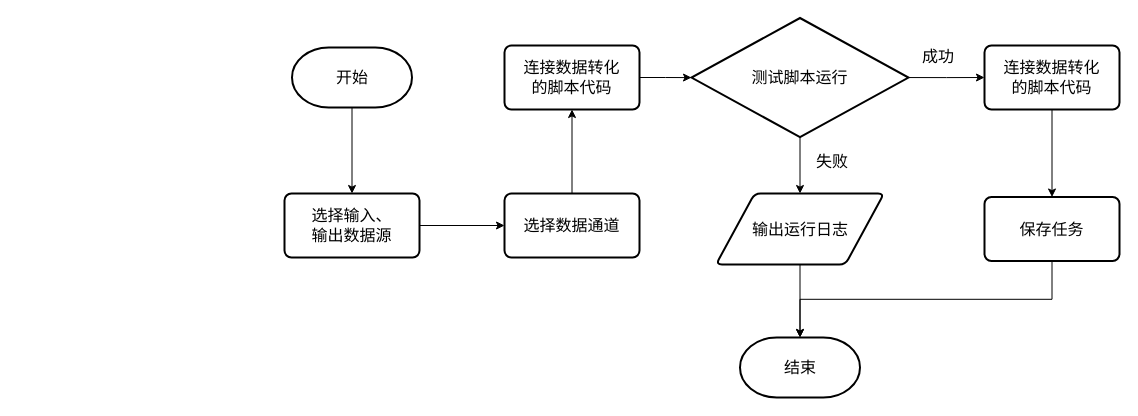
nianqingdeguowang/python keeps this draw.io diagram as 任务配置.drawio. Above is the earlier version. Source tidied: cells renumbered, new cells numbered last; positions are measured from the earlier drawing's top-left corner, leaving out a move shared by most shapes. Both pictures are drawn from the tidied source at 100%, with x=0, y=0 at pixel (284, 17).
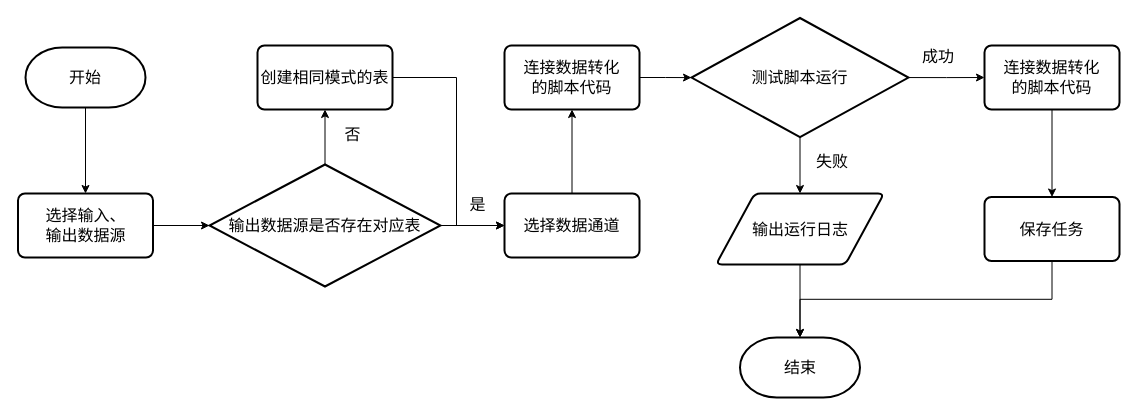
The same page after the edit.

Commit message (it also covers changes not shown here):
更新任务配置.drawio

The change refers to these unchanged cells:
```xml
<mxCell id="20" value="&lt;span style=&quot;font-size: 16px;&quot;&gt;选择数据通道&lt;/span&gt;" style="rounded=1;whiteSpace=wrap;html=1;absoluteArcSize=1;arcSize=14;strokeWidth=2;" parent="1" vertex="1">
  <mxGeometry x="220" y="176" width="135" height="64" as="geometry" />
</mxCell>
```

The edit, as a diff of the source:
```diff
@@
     <mxCell id="3" value="&lt;font style=&quot;font-size: 16px;&quot;&gt;开始&lt;/font&gt;" style="strokeWidth=2;html=1;shape=mxgraph.flowchart.terminator;whiteSpace=wrap;" parent="1" vertex="1">
-      <mxGeometry x="7.5" y="30" width="120" height="60" as="geometry" />
+      <mxGeometry x="-259" y="30" width="120" height="60" as="geometry" />
     </mxCell>
@@
-    <mxCell id="8" style="edgeStyle=orthogonalEdgeStyle;rounded=0;jettySize=auto;html=1;exitX=1;exitY=0.5;exitDx=0;exitDy=0;entryX=0;entryY=0.5;entryDx=0;entryDy=0;" parent="1" edge="1" source="9" target="20">
-      <mxGeometry relative="1" as="geometry" />
-    </mxCell>
-    <mxCell id="9" value="&lt;font style=&quot;font-size: 16px;&quot;&gt;选择输入、&lt;br&gt;输出数据源&lt;/font&gt;" style="rounded=1;whiteSpace=wrap;html=1;absoluteArcSize=1;arcSize=14;strokeWidth=2;" parent="1" vertex="1">
-      <mxGeometry y="176" width="135" height="64" as="geometry" />
-    </mxCell>
@@
+    <mxCell id="22" style="edgeStyle=orthogonalEdgeStyle;rounded=0;jettySize=auto;html=1;exitX=1;exitY=0.5;exitDx=0;exitDy=0;" parent="1" edge="1" source="9" target="26">
+      <mxGeometry relative="1" as="geometry" />
+    </mxCell>
+    <mxCell id="9" value="&lt;font style=&quot;font-size: 16px;&quot;&gt;选择输入、&lt;br&gt;输出数据源&lt;/font&gt;" style="rounded=1;whiteSpace=wrap;html=1;absoluteArcSize=1;arcSize=14;strokeWidth=2;" parent="1" vertex="1">
+      <mxGeometry x="-266.5" y="176" width="135" height="64" as="geometry" />
+    </mxCell>
+    <mxCell id="23" style="edgeStyle=orthogonalEdgeStyle;rounded=0;jettySize=auto;html=1;exitX=1;exitY=0.5;exitDx=0;exitDy=0;exitPerimeter=0;entryX=0;entryY=0.5;entryDx=0;entryDy=0;" parent="1" edge="1" source="26" target="20">
+      <mxGeometry relative="1" as="geometry" />
+    </mxCell>
+    <mxCell id="24" value="&lt;font style=&quot;font-size: 16px;&quot;&gt;是&lt;/font&gt;" style="edgeLabel;html=1;align=center;verticalAlign=middle;" parent="23" vertex="1">
+      <mxGeometry x="0.01" y="1" relative="1" as="geometry">
+        <mxPoint x="4" y="-21" as="offset" />
+      </mxGeometry>
+    </mxCell>
+    <mxCell id="25" style="edgeStyle=orthogonalEdgeStyle;rounded=0;jettySize=auto;html=1;exitX=0.5;exitY=0;exitDx=0;exitDy=0;exitPerimeter=0;" parent="1" edge="1" source="26" target="28">
+      <mxGeometry relative="1" as="geometry" />
+    </mxCell>
+    <mxCell id="26" value="&lt;font style=&quot;font-size: 16px;&quot;&gt;输出数据源是否存在对应表&lt;/font&gt;" style="strokeWidth=2;html=1;shape=mxgraph.flowchart.decision;whiteSpace=wrap;" parent="1" vertex="1">
+      <mxGeometry x="-75" y="147" width="231" height="122" as="geometry" />
+    </mxCell>
+    <mxCell id="27" style="edgeStyle=orthogonalEdgeStyle;rounded=0;jettySize=auto;html=1;exitX=1;exitY=0.5;exitDx=0;exitDy=0;entryX=0;entryY=0.5;entryDx=0;entryDy=0;" parent="1" edge="1" source="28" target="20">
+      <mxGeometry relative="1" as="geometry">
+        <Array as="points">
+          <mxPoint x="172" y="60" />
+          <mxPoint x="172" y="208" />
+        </Array>
+      </mxGeometry>
+    </mxCell>
+    <mxCell id="28" value="&lt;span style=&quot;font-size: 16px;&quot;&gt;创建相同模式的表&lt;/span&gt;" style="rounded=1;whiteSpace=wrap;html=1;absoluteArcSize=1;arcSize=14;strokeWidth=2;" parent="1" vertex="1">
+      <mxGeometry x="-27" y="28" width="135" height="64" as="geometry" />
+    </mxCell>
+    <mxCell id="29" value="&lt;font style=&quot;font-size: 16px;&quot;&gt;否&lt;/font&gt;" style="edgeLabel;html=1;align=center;verticalAlign=middle;" parent="1" vertex="1">
+      <mxGeometry x="136" y="159" as="geometry">
+        <mxPoint x="-69" y="-43" as="offset" />
+      </mxGeometry>
+    </mxCell>
```
